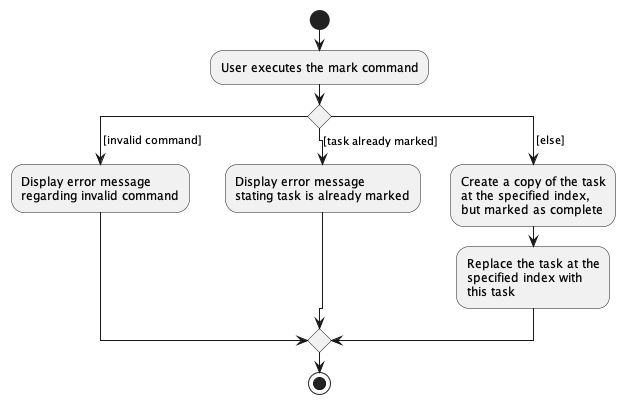
Earlier version of the PlantUML export docs/images/MarkTaskActivityDiagram.png (nus-cs2103-AY2223S1/tp).
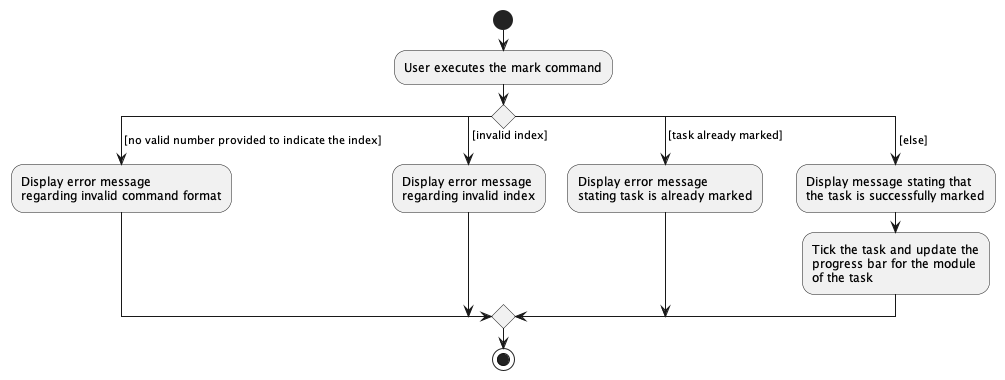
After the commit.

Diff of the diagram source:
```diff
@@ -2,19 +2,22 @@
 start
 :User executes the mark command;
 switch ()
-case ( [invalid command] )
-  :Display error message
-  regarding invalid command;
+case ( [no valid number provided to indicate the index])
+    :Display error message
+    regarding invalid command format;
+case ( [invalid index])
+    :Display error message
+   regarding invalid index;
 case ( [task already marked] )
-  :Display error message
-  stating task is already marked;
+    :Display error message
+   stating task is already marked;
 case ( [else] )
-  :Create a copy of the task
-  at the specified index,
-  but marked as complete;
-  :Replace the task at the
-  specified index with
-  this task;
+    :Display message stating that
+    the task is successfully marked;
+    :Tick the task and update the
+    progress bar for the module
+    of the task;
 endswitch
+
 stop
 @enduml
```
